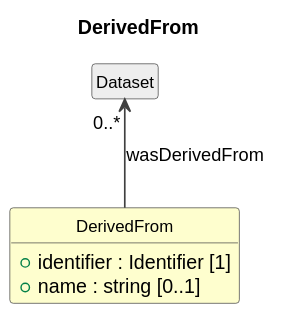
Cross-Domain-Interoperability-Framework/metadataBuildingBlocks keeps this PlantUML diagram as cdif-uml-model/_plantuml/cdifDataStructure/Classes/DerivedFrom.svg. Above is the earlier version.
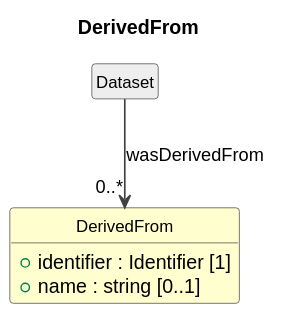
Above is the later version.

Change to the diagram source:
```diff
@@ -15,5 +15,5 @@
   +name : string [0..1]
 }
 class "Dataset" as Dataset #EEEEEE
-Dataset "0..*" <-- DerivedFrom : wasDerivedFrom
+Dataset --> "0..*" DerivedFrom : wasDerivedFrom
 @enduml
```
